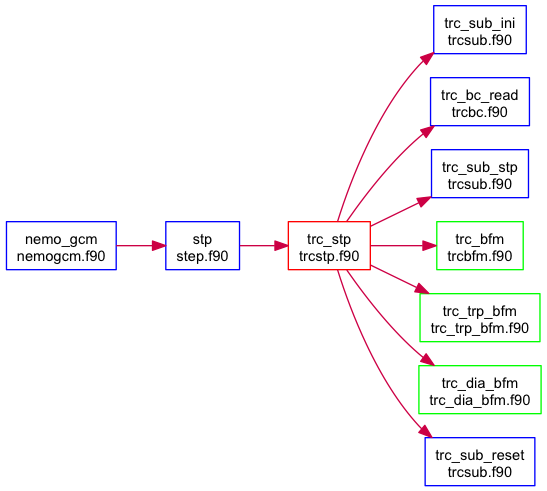
This is doc/nemo/Figures/trc_stp.png from marco-zavatarelli/BFM17-56, a Graphviz export, as it was before one commit. Its source is kept beside it as doc/nemo/Figures/trc_stp.dot.
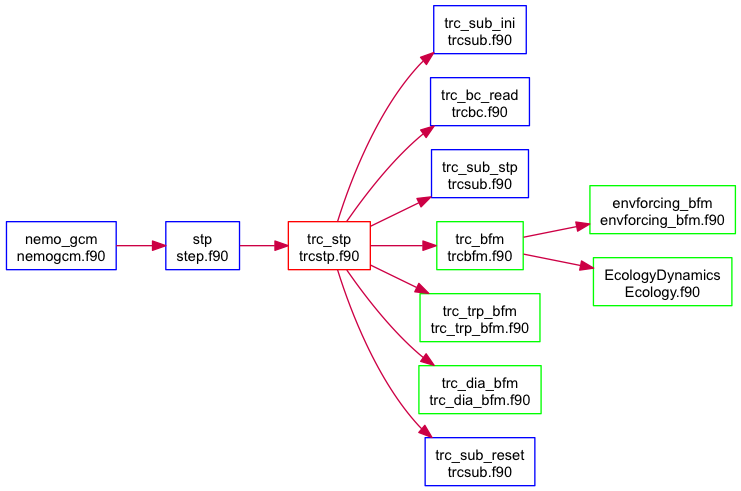
Later version of the same file.

Diff of the diagram source:
```diff
@@ -1,4 +1,4 @@
-digraph "" {
+digraph G {
   graph [fontname="ArialMT", rankdir="LR", fontsize="11", bgcolor="white", label=""];
   node [fontname="ArialMT", fillcolor="white", fontsize="11", style="filled", shape="box", label="", color="blue"];
   edge [fontname="ArialMT", fontsize="11", label="", color="#CC0044"];
@@ -23,6 +23,10 @@
 step.f90"];
   __N13 [label="nemo_gcm
 nemogcm.f90"];
+  __N71 [label="envforcing_bfm
+envforcing_bfm.f90", color="green"];
+  __N72 [label="EcologyDynamics
+Ecology.f90", color="green"];
   __N1 -> __N3;
   __N1 -> __N4;
   __N1 -> __N5;
@@ -32,4 +36,6 @@
   __N1 -> __N10;
   __N13 -> __N12;
   __N12 -> __N1;
+  __N7 -> __N71;
+  __N7 -> __N72;
 }
```
